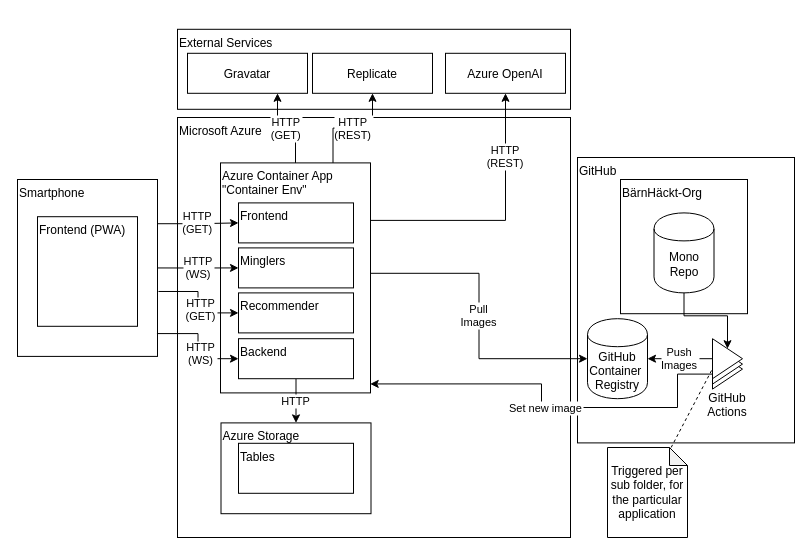
baernhaeckt/SeniorsInTheMiddle keeps this draw.io diagram as page "Verteilungssicht" (2 of 2) of docs/assets/diagrams.drawio. Above is the earlier version. Source tidied: cells renumbered, new cells numbered last; positions are measured from the earlier drawing's top-left corner, leaving out a move shared by most shapes. Both pictures are drawn from the tidied source at 100%, with x=0, y=0 at pixel (17, 29).
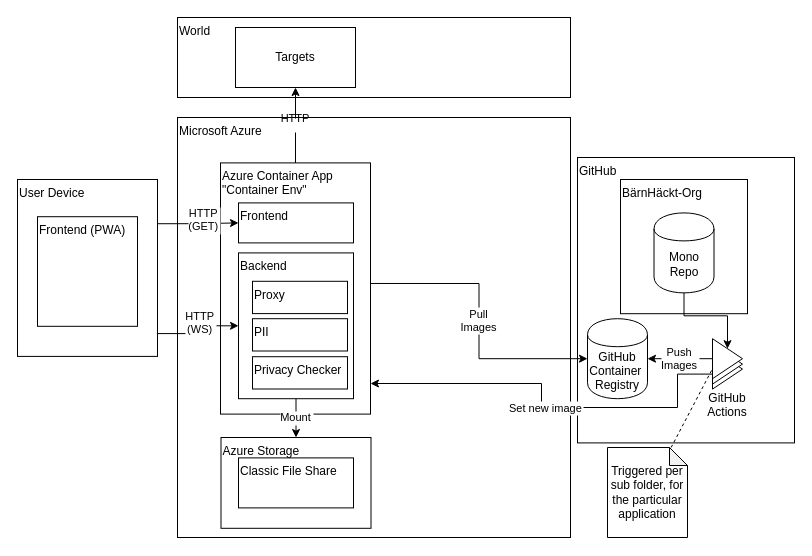
After the change.

The change refers to these unchanged cells:
```xml
<mxCell id="15" value="Frontend" style="align=left;verticalAlign=top;" parent="1" vertex="1">
  <mxGeometry x="221" y="173.4" width="115" height="40" as="geometry" />
</mxCell>
<mxCell id="35" style="triangle;whiteSpace=wrap;align=left;" parent="1" vertex="1">
  <mxGeometry x="695" y="314.6" width="30" height="40" as="geometry" />
</mxCell>
```

Diff of the diagram source:
```diff
@@
-    <mxCell id="4" value="Smartphone" style="rounded=0;align=left;verticalAlign=top;" parent="1" vertex="1">
+    <mxCell id="4" value="User Device" style="rounded=0;align=left;verticalAlign=top;" parent="1" vertex="1">
       <mxGeometry y="150" width="140" height="176.9" as="geometry" />
     </mxCell>
-    <mxCell id="5" value="External Services" style="rounded=0;align=left;verticalAlign=top;" parent="1" vertex="1">
-      <mxGeometry x="160" y="-0.2" width="393" height="80" as="geometry" />
+    <mxCell id="5" value="World" style="rounded=0;align=left;verticalAlign=top;" parent="1" vertex="1">
+      <mxGeometry x="160" y="-12" width="393" height="80" as="geometry" />
     </mxCell>
@@
     <mxCell id="11" value="Azure Container App &#10;&quot;Container Env&quot;&#10;" style="align=left;verticalAlign=top;" parent="1" vertex="1">
-      <mxGeometry x="203" y="133.4" width="150" height="230" as="geometry" />
+      <mxGeometry x="203" y="133.4" width="150" height="251.2" as="geometry" />
     </mxCell>
@@
-    <mxCell id="13" value="HTTP&#10;(GET)" style="edgeStyle=orthogonalEdgeStyle;rounded=0;jettySize=auto;exitX=1;exitY=0.25;exitDx=0;exitDy=0;" parent="1" edge="1" source="4" target="15">
-      <mxGeometry relative="1" as="geometry" />
-    </mxCell>
-    <mxCell id="14" value="HTTP" style="edgeStyle=orthogonalEdgeStyle;rounded=0;jettySize=auto;exitX=0.5;exitY=1;exitDx=0;exitDy=0;" parent="1" edge="1" source="22" target="16">
+    <mxCell id="14" value="Mount" style="edgeStyle=orthogonalEdgeStyle;rounded=0;jettySize=auto;exitX=0.5;exitY=1;exitDx=0;exitDy=0;" parent="1" edge="1" source="22" target="16">
       <mxGeometry relative="1" as="geometry" />
     </mxCell>
@@
     <mxCell id="16" value="Azure Storage" style="align=left;verticalAlign=top;" parent="1" vertex="1">
-      <mxGeometry x="203.5" y="393.4" width="150" height="90.8" as="geometry" />
+      <mxGeometry x="203.5" y="408" width="150" height="90.8" as="geometry" />
     </mxCell>
-    <mxCell id="17" value="Azure OpenAI" style="rounded=0;" parent="1" vertex="1">
-      <mxGeometry x="428" y="23.8" width="120" height="40" as="geometry" />
-    </mxCell>
-    <mxCell id="18" value="Recommender" style="align=left;verticalAlign=top;" parent="1" vertex="1">
-      <mxGeometry x="221" y="263.4" width="115" height="40" as="geometry" />
-    </mxCell>
-    <mxCell id="19" value="HTTP&#10;(REST)" style="endArrow=classic;entryX=0.5;entryY=1;entryDx=0;entryDy=0;edgeStyle=orthogonalEdgeStyle;rounded=0;exitX=1;exitY=0.25;exitDx=0;exitDy=0;" parent="1" edge="1" source="11" target="17">
-      <mxGeometry x="0.52" relative="1" as="geometry" />
-    </mxCell>
@@
-    <mxCell id="21" value="Minglers" style="align=left;verticalAlign=top;" parent="1" vertex="1">
-      <mxGeometry x="221" y="218.4" width="115" height="40" as="geometry" />
-    </mxCell>
     <mxCell id="22" value="Backend" style="align=left;verticalAlign=top;" parent="1" vertex="1">
-      <mxGeometry x="221" y="309.2" width="115" height="40" as="geometry" />
+      <mxGeometry x="221" y="223.4" width="115" height="145.8" as="geometry" />
     </mxCell>
-    <mxCell id="23" value="Tables" style="align=left;verticalAlign=top;" parent="1" vertex="1">
-      <mxGeometry x="221" y="413.8" width="115" height="50" as="geometry" />
+    <mxCell id="23" value="Classic File Share" style="align=left;verticalAlign=top;" parent="1" vertex="1">
+      <mxGeometry x="221" y="428.4" width="115" height="50" as="geometry" />
     </mxCell>
@@
-    <mxCell id="28" value="Replicate" style="rounded=0;" parent="1" vertex="1">
-      <mxGeometry x="295" y="23.8" width="120" height="40" as="geometry" />
-    </mxCell>
-    <mxCell id="29" value="HTTP&#10;(REST)" style="endArrow=classic;entryX=0.5;entryY=1;entryDx=0;entryDy=0;edgeStyle=orthogonalEdgeStyle;rounded=0;exitX=0.75;exitY=0;exitDx=0;exitDy=0;" parent="1" edge="1" source="11" target="28">
-      <mxGeometry relative="1" as="geometry" />
-    </mxCell>
-    <mxCell id="30" value="HTTP&#10;(WS)" style="edgeStyle=orthogonalEdgeStyle;rounded=0;jettySize=auto;exitX=1;exitY=0.5;exitDx=0;exitDy=0;" parent="1" edge="1" source="4" target="21">
-      <mxGeometry relative="1" as="geometry" />
-    </mxCell>
@@
-    <mxCell id="32" value="HTTP&#10;(GET)" style="edgeStyle=orthogonalEdgeStyle;rounded=0;jettySize=auto;exitX=1.007;exitY=0.633;exitDx=0;exitDy=0;exitPerimeter=0;" parent="1" edge="1" source="4" target="18">
-      <mxGeometry x="0.14" y="3" relative="1" as="geometry" />
-    </mxCell>
-    <mxCell id="33" value="Gravatar" style="rounded=0;" parent="1" vertex="1">
-      <mxGeometry x="170" y="23.8" width="120" height="40" as="geometry" />
-    </mxCell>
-    <mxCell id="34" value="HTTP&#10;(GET)" style="endArrow=classic;entryX=0.75;entryY=1;entryDx=0;entryDy=0;edgeStyle=orthogonalEdgeStyle;rounded=0;exitX=0.5;exitY=0;exitDx=0;exitDy=0;" parent="1" edge="1" source="11" target="33">
+    <mxCell id="34" value="HTTP&#10;" style="endArrow=classic;entryX=0.5;entryY=1;entryDx=0;entryDy=0;edgeStyle=orthogonalEdgeStyle;rounded=0;exitX=0.5;exitY=0;exitDx=0;exitDy=0;" parent="1" edge="1" source="11" target="38">
       <mxGeometry relative="1" as="geometry" />
     </mxCell>
@@
-    <mxCell id="37" value="Set new image" style="edgeStyle=orthogonalEdgeStyle;rounded=0;jettySize=auto;entryX=0.998;entryY=0.961;entryDx=0;entryDy=0;exitX=0;exitY=0.75;exitDx=0;exitDy=0;entryPerimeter=0;" parent="1" edge="1" source="35" target="11">
+    <mxCell id="37" value="Set new image" style="edgeStyle=orthogonalEdgeStyle;rounded=0;jettySize=auto;exitX=0;exitY=0.75;exitDx=0;exitDy=0;" parent="1" edge="1" source="35" target="11">
       <mxGeometry relative="1" as="geometry">
         <Array as="points">
-          <mxPoint x="660" y="345" />
+          <mxPoint x="660" y="344.6" />
           <mxPoint x="660" y="378" />
           <mxPoint x="524" y="378" />
           <mxPoint x="524" y="354" />
         </Array>
       </mxGeometry>
     </mxCell>
+    <mxCell id="38" value="Targets" style="rounded=0;whiteSpace=wrap;html=1;" parent="1" vertex="1">
+      <mxGeometry x="218" y="-2" width="120" height="60" as="geometry" />
+    </mxCell>
+    <mxCell id="13" value="HTTP&#10;(GET)" style="edgeStyle=orthogonalEdgeStyle;rounded=0;jettySize=auto;exitX=1;exitY=0.25;exitDx=0;exitDy=0;entryX=0;entryY=0.5;entryDx=0;entryDy=0;" parent="1" edge="1" source="4" target="15">
+      <mxGeometry x="0.14" y="3" relative="1" as="geometry" />
+    </mxCell>
+    <mxCell id="39" value="Proxy" style="align=left;verticalAlign=top;" parent="1" vertex="1">
+      <mxGeometry x="235" y="251.8" width="95" height="32.3" as="geometry" />
+    </mxCell>
+    <mxCell id="40" value="PII" style="align=left;verticalAlign=top;" parent="1" vertex="1">
+      <mxGeometry x="235" y="289.2" width="95" height="32.3" as="geometry" />
+    </mxCell>
+    <mxCell id="41" value="Privacy Checker" style="align=left;verticalAlign=top;" parent="1" vertex="1">
+      <mxGeometry x="235" y="327.2" width="95" height="32.3" as="geometry" />
+    </mxCell>
```
